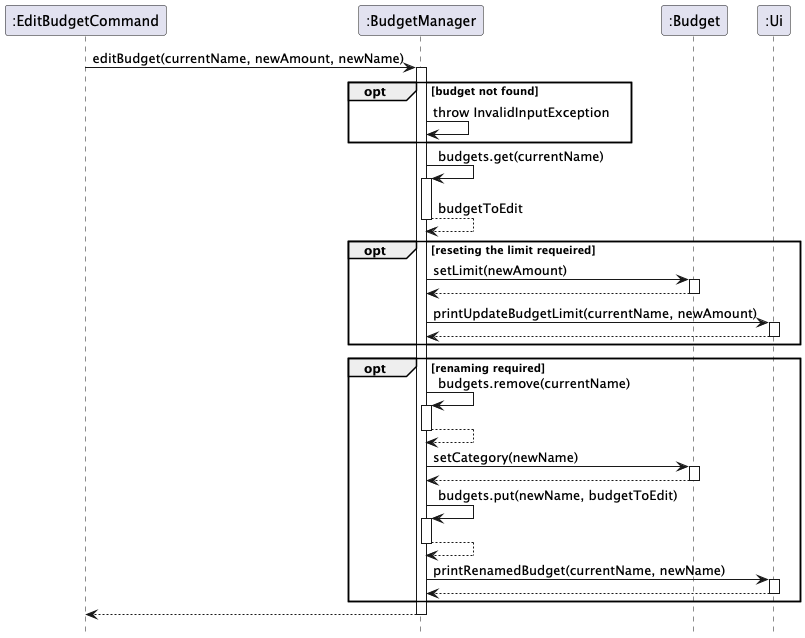
Earlier version of the PlantUML export docs/diagrams/EditBudgetSequenceDiagram.png (AY2425S2-CS2113-T12-4/tp). Its source is kept beside it as docs/diagrams/EditBudgetSequenceDiagram.puml.
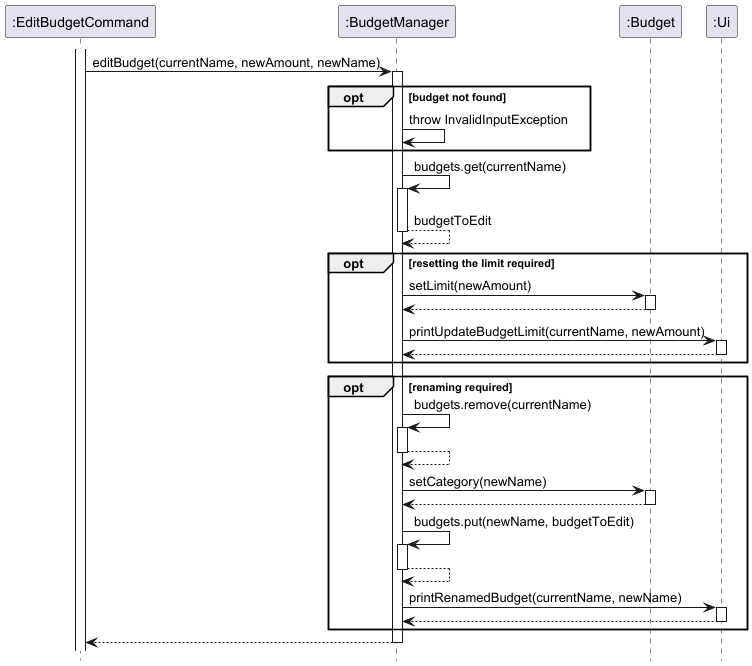
After the commit.

Diff of the diagram source:
```diff
@@ -8,6 +8,7 @@
 participant ":Budget" as B
 participant ":Ui" as UI
 
+activate EBC
 EBC -> BM: editBudget(currentName, newAmount, newName)
 activate BM
 
@@ -19,7 +20,7 @@
 activate BM
 BM-->BM: budgetToEdit
 deactivate BM
-opt reseting the limit requeired
+opt resetting the limit required
   BM -> B: setLimit(newAmount)
   activate B
   B --> BM
```
